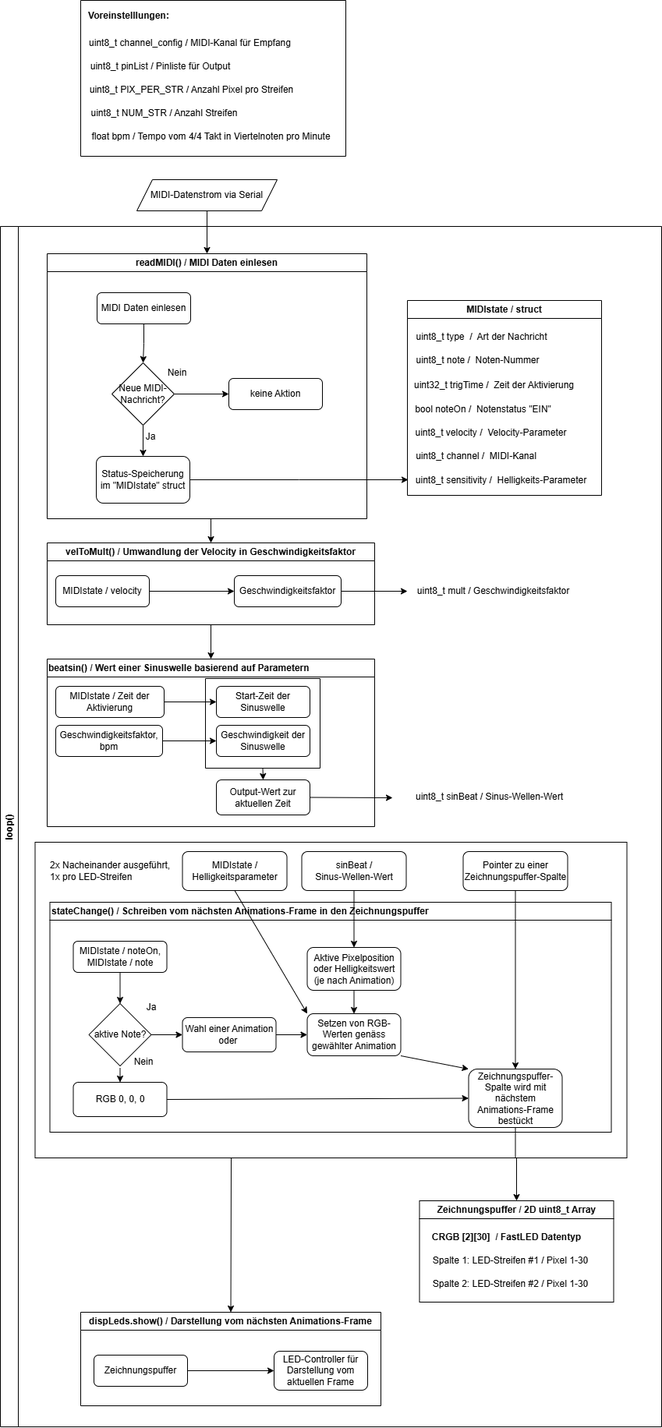
The draw.io diagram Ablaufdiagramm SE-Lichtshow.png in TonyMacarony/SE-Lichtshow, before a commit. Source tidied: cells renumbered, new cells last; positions are measured from the earlier drawing's top-left corner, leaving out a move shared by most shapes.
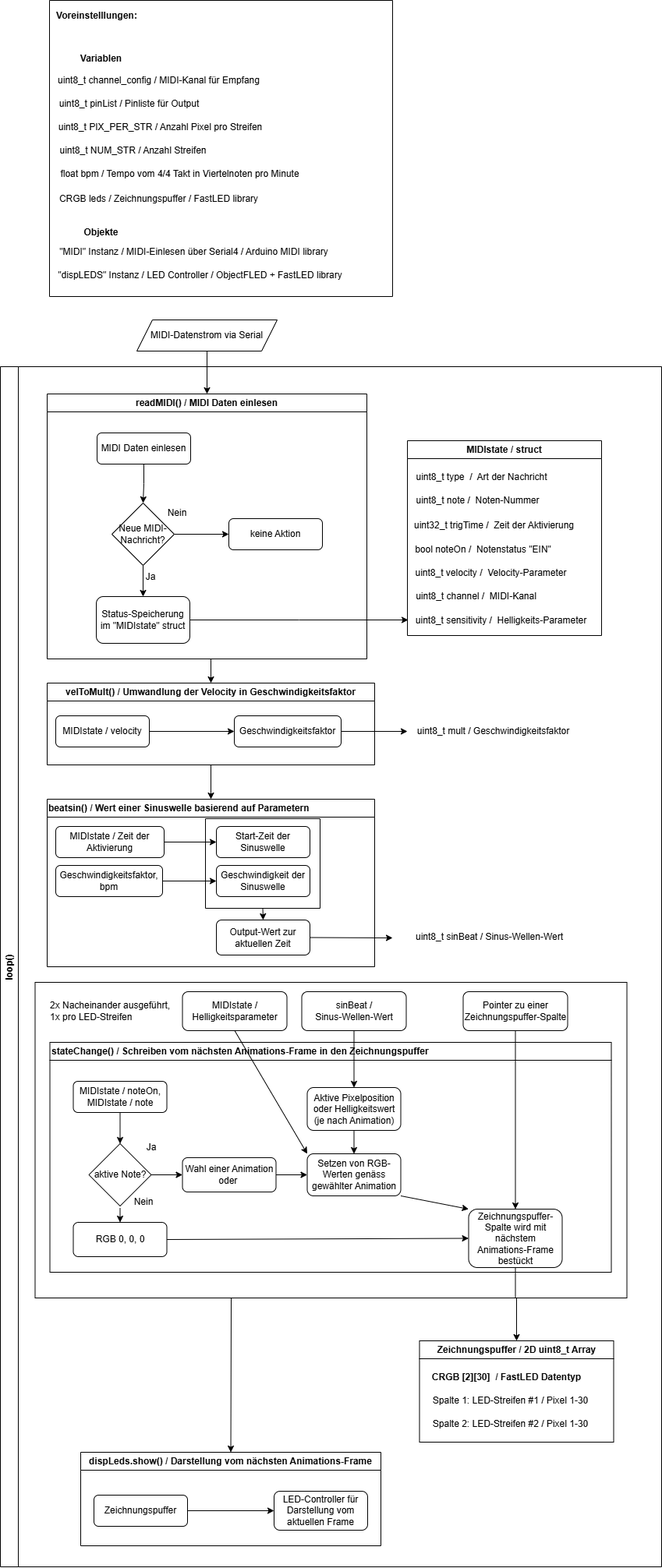
The same file after the commit.

The edit, as a diff of the source:
```diff
@@ -3,7 +3,7 @@
     <mxCell id="0" />
     <mxCell id="1" parent="0" />
     <mxCell id="2" value="loop()" style="swimlane;horizontal=0;whiteSpace=wrap;html=1;" parent="1" vertex="1">
-      <mxGeometry y="290" width="848" height="1540" as="geometry" />
+      <mxGeometry x="40" y="422" width="848" height="1540" as="geometry" />
     </mxCell>
     <mxCell id="3" style="edgeStyle=orthogonalEdgeStyle;rounded=0;jettySize=auto;html=1;exitX=0.5;exitY=1;exitDx=0;exitDy=0;entryX=0.5;entryY=0;entryDx=0;entryDy=0;" parent="2" edge="1" source="4" target="28">
       <mxGeometry relative="1" as="geometry" />
@@ -245,11 +245,8 @@
       <mxGeometry relative="1" as="geometry" />
     </mxCell>
     <mxCell id="78" value="MIDI-Datenstrom via Serial" style="shape=parallelogram;perimeter=parallelogramPerimeter;whiteSpace=wrap;html=1;fixedSize=1;" parent="1" vertex="1">
-      <mxGeometry x="175" y="230" width="180" height="40" as="geometry" />
+      <mxGeometry x="215" y="362" width="180" height="40" as="geometry" />
     </mxCell>
-    <mxCell id="79" value="&lt;b&gt;Voreinstelllungen:&lt;/b&gt;" style="text;html=1;align=center;verticalAlign=middle;whiteSpace=wrap;rounded=0;" parent="1" vertex="1">
-      <mxGeometry x="135" y="10" width="60" height="20" as="geometry" />
-    </mxCell>
     <mxCell id="80" value="uint8_t channel_config / MIDI-Kanal für Empfang" style="text;html=1;align=center;verticalAlign=middle;strokeColor=none;fillColor=none;" parent="1" vertex="1">
       <mxGeometry x="103" y="40" width="280" height="30" as="geometry" />
     </mxCell>
@@ -266,7 +263,25 @@
       <mxGeometry x="105" y="160" width="330" height="30" as="geometry" />
     </mxCell>
     <mxCell id="85" style="swimlane;startSize=0;" parent="1" vertex="1">
-      <mxGeometry x="103" width="340" height="200" as="geometry" />
+      <mxGeometry x="103" y="-48" width="440" height="380" as="geometry" />
     </mxCell>
+    <mxCell id="79" value="&lt;b&gt;Voreinstelllungen:&lt;/b&gt;" style="text;html=1;align=center;verticalAlign=middle;whiteSpace=wrap;rounded=0;" parent="85" vertex="1">
+      <mxGeometry x="30.5" y="10" width="60" height="20" as="geometry" />
+    </mxCell>
+    <mxCell id="86" value="&lt;b&gt;Variablen&lt;/b&gt;" style="text;html=1;align=center;verticalAlign=middle;strokeColor=none;fillColor=none;" parent="85" vertex="1">
+      <mxGeometry x="25.5" y="60" width="80" height="30" as="geometry" />
+    </mxCell>
+    <mxCell id="87" value="&lt;b&gt;Objekte&lt;/b&gt;" style="text;html=1;align=center;verticalAlign=middle;strokeColor=none;fillColor=none;" parent="85" vertex="1">
+      <mxGeometry x="30.5" y="283" width="70" height="30" as="geometry" />
+    </mxCell>
+    <mxCell id="88" value="&quot;MIDI&quot; Instanz / MIDI-Einlesen über Serial4 / Arduino MIDI library" style="text;html=1;align=center;verticalAlign=middle;strokeColor=none;fillColor=none;" parent="85" vertex="1">
+      <mxGeometry y="308" width="370" height="30" as="geometry" />
+    </mxCell>
+    <mxCell id="89" value="CRGB leds / Zeichnungspuffer / FastLED library" style="text;html=1;align=center;verticalAlign=middle;strokeColor=none;fillColor=none;" parent="85" vertex="1">
+      <mxGeometry y="240" width="280" height="30" as="geometry" />
+    </mxCell>
+    <mxCell id="90" value="&quot;dispLEDS&quot; Instanz / LED Controller / ObjectFLED + FastLED library" style="text;html=1;align=center;verticalAlign=middle;strokeColor=none;fillColor=none;" parent="85" vertex="1">
+      <mxGeometry x="-2" y="338" width="390" height="30" as="geometry" />
+    </mxCell>
   </root>
 </mxGraphModel>
```
